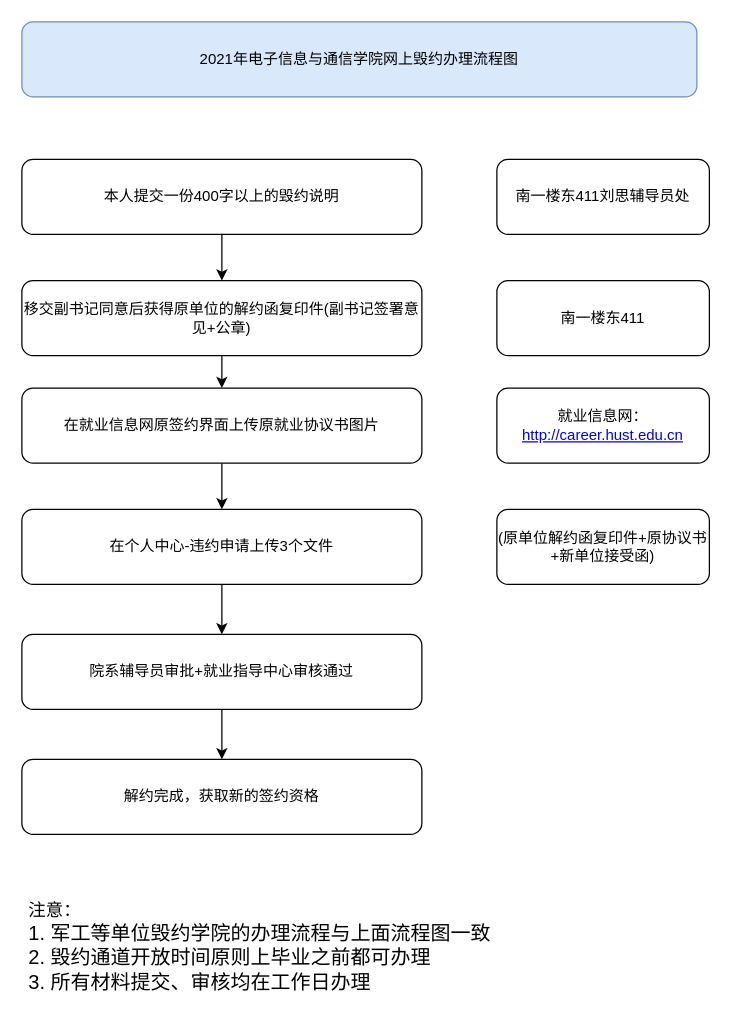
Earlier version of the draw.io diagram 毕业生网上毁约办理流程图.drawio (muguang123/drwaio). Source tidied: cells renumbered, new cells numbered last; positions are measured from the earlier drawing's top-left corner, leaving out a move shared by most shapes. Both pictures are drawn from the tidied source at 125%, with x=0, y=0 at pixel (21, 21).
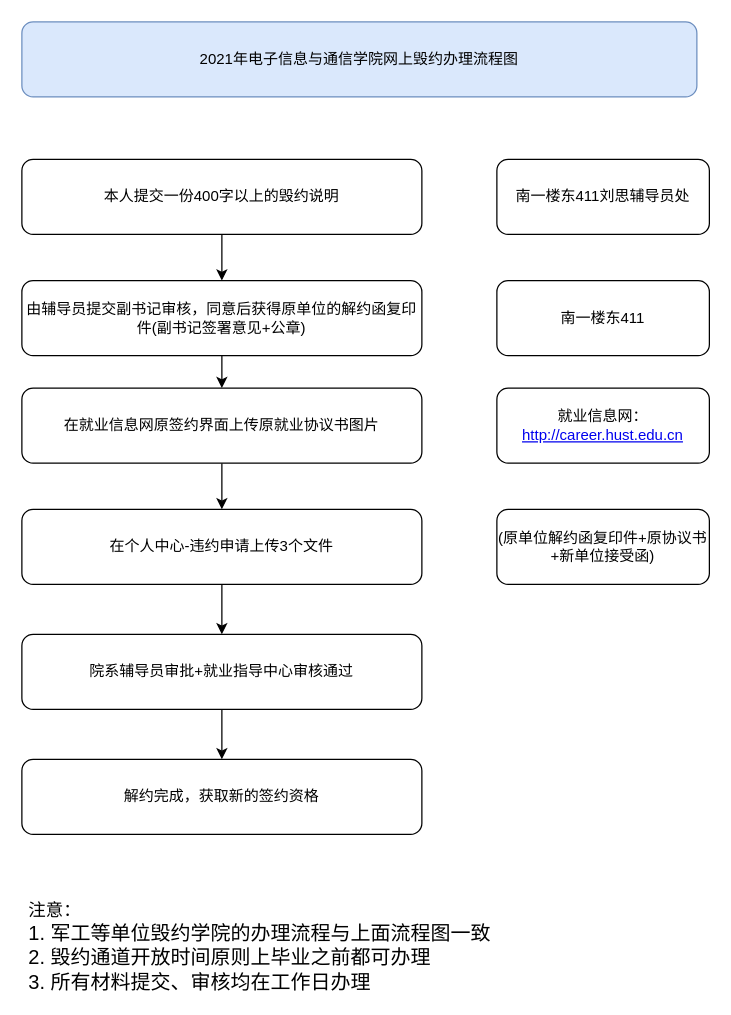
The same page after the edit.

Commit message:
Update 毕业生网上毁约办理流程图.drawio

Change to the diagram source:
```diff
@@
 <mxGraphModel>
   <root>
     <mxCell id="0" />
     <mxCell id="1" parent="0" />
     <mxCell id="2" value="2021年电子信息与通信学院网上毁约办理流程图" style="rounded=1;whiteSpace=wrap;html=1;fillColor=#dae8fc;strokeColor=#6c8ebf;" parent="1" vertex="1">
       <mxGeometry width="540" height="60" as="geometry" />
     </mxCell>
     <mxCell id="3" style="edgeStyle=orthogonalEdgeStyle;rounded=0;jettySize=auto;html=1;exitX=0.5;exitY=1;exitDx=0;exitDy=0;entryX=0.5;entryY=0;entryDx=0;entryDy=0;" parent="1" edge="1" source="4" target="13">
       <mxGeometry relative="1" as="geometry" />
     </mxCell>
     <mxCell id="4" value="本人提交一份400字以上的毁约说明" style="rounded=1;whiteSpace=wrap;html=1;" parent="1" vertex="1">
       <mxGeometry y="110" width="320" height="60" as="geometry" />
     </mxCell>
     <mxCell id="5" style="edgeStyle=orthogonalEdgeStyle;rounded=0;jettySize=auto;html=1;exitX=0.5;exitY=1;exitDx=0;exitDy=0;" parent="1" edge="1" source="6" target="8">
       <mxGeometry relative="1" as="geometry" />
     </mxCell>
     <mxCell id="6" value="在就业信息网原签约界面上传原就业协议书图片" style="rounded=1;whiteSpace=wrap;html=1;" parent="1" vertex="1">
       <mxGeometry y="293" width="320" height="60" as="geometry" />
     </mxCell>
     <mxCell id="7" style="edgeStyle=orthogonalEdgeStyle;rounded=0;jettySize=auto;html=1;exitX=0.5;exitY=1;exitDx=0;exitDy=0;" parent="1" edge="1" source="8" target="10">
       <mxGeometry relative="1" as="geometry" />
     </mxCell>
     <mxCell id="8" value="在个人中心-违约申请上传3个文件" style="rounded=1;whiteSpace=wrap;html=1;" parent="1" vertex="1">
       <mxGeometry y="390" width="320" height="60" as="geometry" />
     </mxCell>
     <mxCell id="9" style="edgeStyle=orthogonalEdgeStyle;rounded=0;jettySize=auto;html=1;exitX=0.5;exitY=1;exitDx=0;exitDy=0;entryX=0.5;entryY=0;entryDx=0;entryDy=0;" parent="1" edge="1" source="10" target="11">
       <mxGeometry relative="1" as="geometry" />
     </mxCell>
     <mxCell id="10" value="院系辅导员审批+就业指导中心审核通过" style="rounded=1;whiteSpace=wrap;html=1;" parent="1" vertex="1">
       <mxGeometry y="490" width="320" height="60" as="geometry" />
     </mxCell>
     <mxCell id="11" value="解约完成，获取新的签约资格" style="rounded=1;whiteSpace=wrap;html=1;" parent="1" vertex="1">
       <mxGeometry y="590" width="320" height="60" as="geometry" />
     </mxCell>
     <mxCell id="12" style="edgeStyle=orthogonalEdgeStyle;rounded=0;jettySize=auto;html=1;exitX=0.5;exitY=1;exitDx=0;exitDy=0;entryX=0.5;entryY=0;entryDx=0;entryDy=0;" parent="1" edge="1" source="13" target="6">
       <mxGeometry relative="1" as="geometry" />
     </mxCell>
-    <mxCell id="13" value="移交副书记同意后获得原单位的解约函复印件(副书记签署意见+公章)" style="rounded=1;whiteSpace=wrap;html=1;" parent="1" vertex="1">
+    <mxCell id="13" value="由辅导员提交副书记审核，同意后获得原单位的解约函复印件(副书记签署意见+公章)" style="rounded=1;whiteSpace=wrap;html=1;" parent="1" vertex="1">
       <mxGeometry y="207" width="320" height="60" as="geometry" />
     </mxCell>
     <mxCell id="14" value="南一楼东411刘思辅导员处" style="rounded=1;whiteSpace=wrap;html=1;" parent="1" vertex="1">
       <mxGeometry x="380" y="110" width="170" height="60" as="geometry" />
     </mxCell>
     <mxCell id="15" value="南一楼东411" style="rounded=1;whiteSpace=wrap;html=1;" parent="1" vertex="1">
       <mxGeometry x="380" y="207" width="170" height="60" as="geometry" />
     </mxCell>
     <mxCell id="16" value="就业信息网：&lt;a href=&quot;http://career.hust.edu.cn/&quot;&gt;http://career.hust.edu.cn&lt;/a&gt;" style="rounded=1;whiteSpace=wrap;html=1;" parent="1" vertex="1">
       <mxGeometry x="380" y="293" width="170" height="60" as="geometry" />
     </mxCell>
     <mxCell id="17" value="&lt;span style=&quot;font-family: &amp;#34;helvetica&amp;#34;&quot;&gt;(原单位解约函复印件+原协议书+新单位接受函)&lt;/span&gt;" style="rounded=1;whiteSpace=wrap;html=1;" parent="1" vertex="1">
       <mxGeometry x="380" y="390" width="170" height="60" as="geometry" />
     </mxCell>
     <mxCell id="18" value="&lt;div style=&quot;text-align: left&quot;&gt;&lt;span&gt;&lt;font style=&quot;font-size: 14px&quot;&gt;注意：&lt;/font&gt;&lt;/span&gt;&lt;/div&gt;&lt;div style=&quot;text-align: left&quot;&gt;&lt;span&gt;&lt;font size=&quot;3&quot;&gt;1. 军工等单位毁约学院的办理流程与上面流程图一致&lt;/font&gt;&lt;/span&gt;&lt;/div&gt;&lt;div style=&quot;text-align: left&quot;&gt;&lt;span&gt;&lt;font size=&quot;3&quot;&gt;2. 毁约通道开放时间原则上毕业之前都可办理&lt;/font&gt;&lt;/span&gt;&lt;/div&gt;&lt;div style=&quot;text-align: left&quot;&gt;&lt;span&gt;&lt;font size=&quot;3&quot;&gt;3. 所有材料提交、审核均在工作日办理&lt;/font&gt;&lt;/span&gt;&lt;/div&gt;" style="text;html=1;align=center;verticalAlign=middle;" parent="1" vertex="1">
       <mxGeometry y="710" width="380" height="60" as="geometry" />
     </mxCell>
   </root>
 </mxGraphModel>
```
